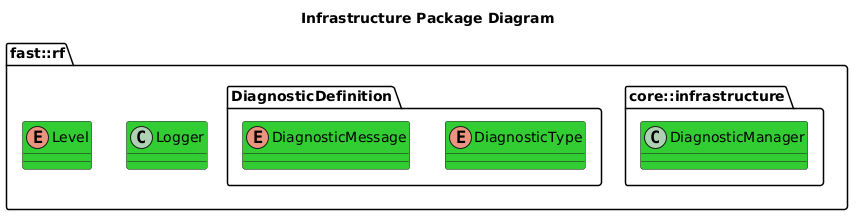
fastrobotics/robot_framework keeps this PlantUML diagram as include/Infrastructure/doc/puml/InfrastructurePackageDiagram.png. Above is the earlier version.
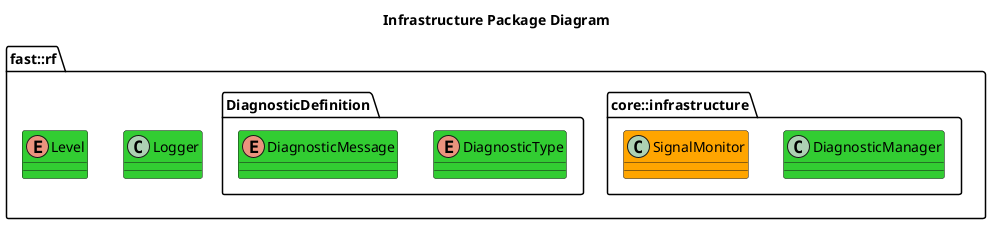
The same diagram one commit later.

The edit, as a diff of the source:
```diff
@@ -3,6 +3,7 @@
 namespace fast::rf {
     namespace core::infrastructure {
         class DiagnosticManager #LimeGreen
+        class SignalMonitor #Orange
     }
     class Logger #LimeGreen
     enum Level #LimeGreen
```
